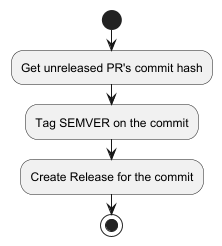
This is docs/plantuml/create_release_flow.png from zolkiss/project-git-release-core, a PlantUML export, as it was before one commit.
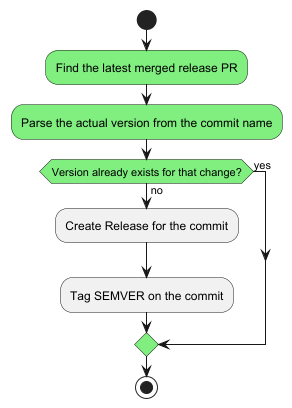
Above is the later version.

Commit message:
feat(release-action): Find unreleased commit

Change to the diagram source:
```diff
@@ -1,7 +1,16 @@
 @startuml
+<style>
+    .finished {
+        BackgroundColor: #80EF80
+    }
+</style>
 start
-:Get unreleased PR's commit hash;
-:Tag SEMVER on the commit;
-:Create Release for the commit;
+:Find the latest merged release PR; <<finished>>
+:Parse the actual version from the commit name; <<finished>>
+if(Version already exists for that change?) then (no) <<finished>>
+    :Create Release for the commit;
+    :Tag SEMVER on the commit;
+else (yes)
+endif
 stop
 @enduml
```
